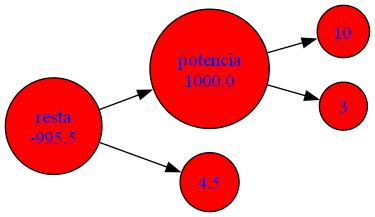
The Graphviz diagram GraficaArbol.png in Javier-201906795/LFP_S2_2023_Proyecto1_201906795, before a commit. Its source is kept beside it as GraficaArbol.dot. Its diagram source:
```dot
digraph Grafica {
	rankdir=LR
	node [fillcolor=red fontcolor=blue shape=circle style=filled]
	x1 [label="potencia
1000.0"]
	x2 [label=10]
	x3 [label=3]
	x1 -> x3
	x1 -> x2
	x4 [label="resta
-995.5"]
	x5 [label=4.5]
	x4 -> x1
	x4 -> x5
}
```
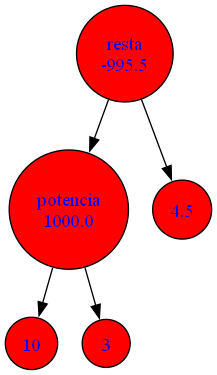
After the commit.

Change to the diagram source:
```diff
@@ -1,15 +1,14 @@
 digraph Grafica {
-	rankdir=LR
 	node [fillcolor=red fontcolor=blue shape=circle style=filled]
-	x1 [label="potencia
+	x4 [label=4.5]
+	x1 [label=10]
+	x2 [label=3]
+	x3 [label="potencia
 1000.0"]
-	x2 [label=10]
-	x3 [label=3]
-	x1 -> x3
-	x1 -> x2
-	x4 [label="resta
+	x3 -> x2
+	x3 -> x1
+	x5 [label="resta
 -995.5"]
-	x5 [label=4.5]
-	x4 -> x1
-	x4 -> x5
+	x5 -> x3
+	x5 -> x4
 }
```
